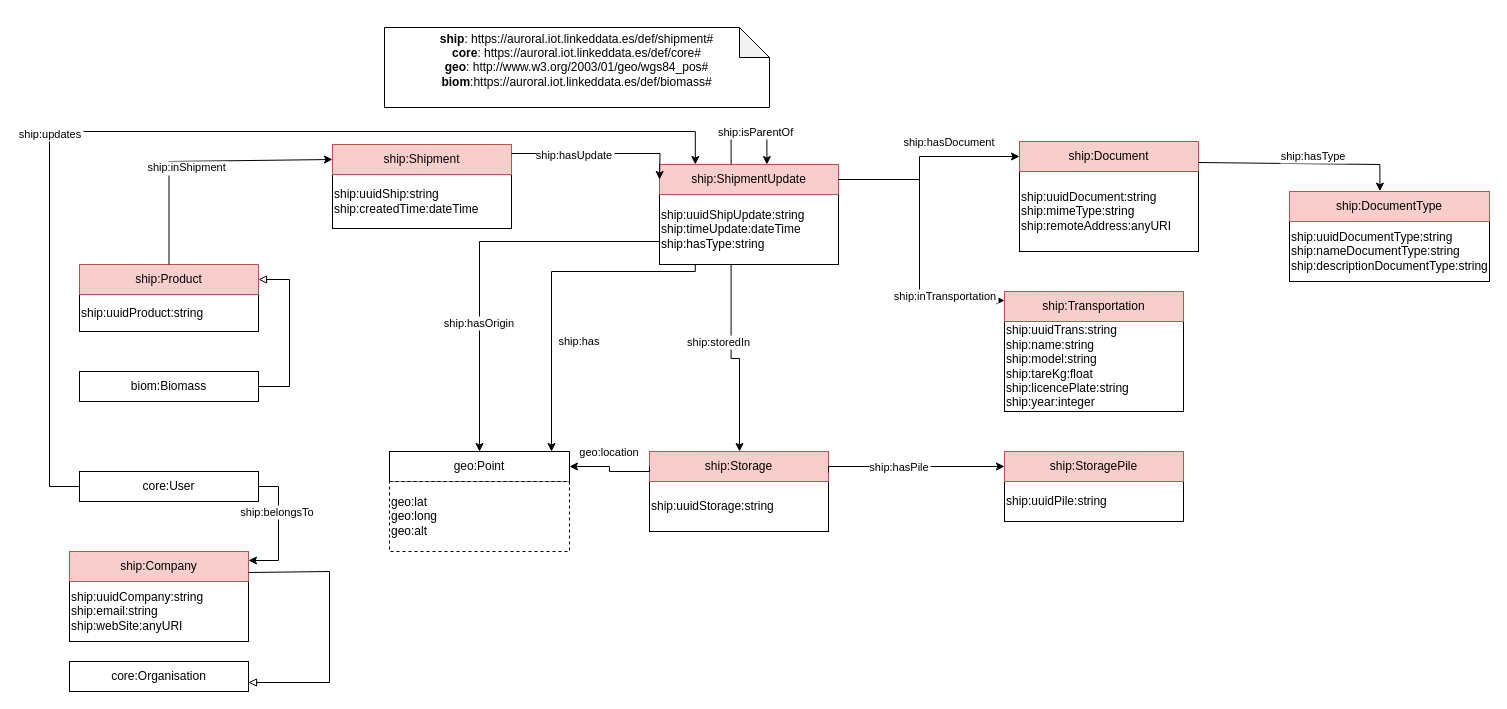
This is diagrams/shipment.drawio from oeg-upm/auroral-shipmentBiomass-ontology, a draw.io file, before an edit. Source tidied: cells renumbered, new cells numbered last; positions are measured from the earlier drawing's top-left corner, leaving out a move shared by most shapes. Both pictures are drawn from the tidied source at 100%, with x=0, y=0 at pixel (49, 27).
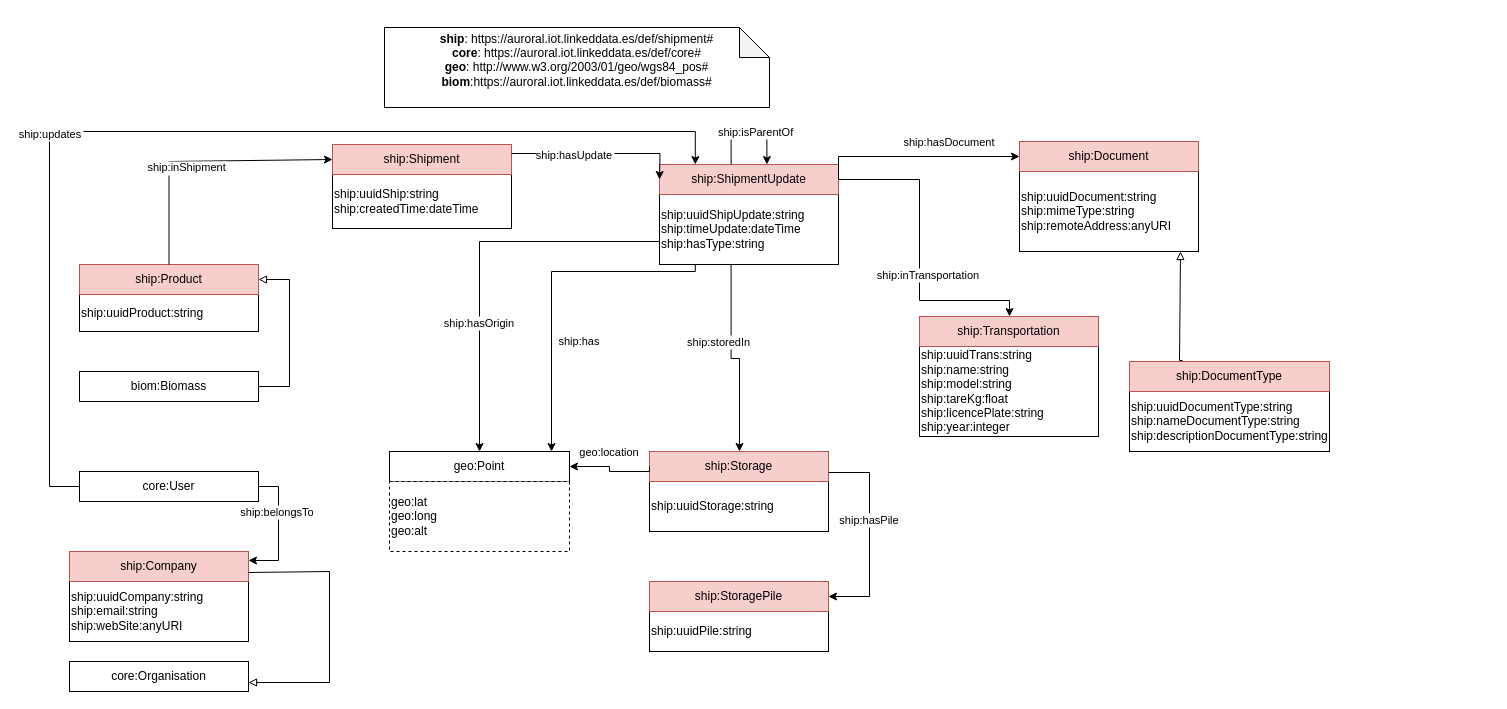
Above is the later version.

Unchanged cells that the change refers to:
```xml
<mxCell id="6" value="ship:ShipmentUpdate" style="rounded=0;whiteSpace=wrap;html=1;snapToPoint=1;points=[[0.1,0],[0.2,0],[0.3,0],[0.4,0],[0.5,0],[0.6,0],[0.7,0],[0.8,0],[0.9,0],[0,0.1],[0,0.3],[0,0.5],[0,0.7],[0,0.9],[0.1,1],[0.2,1],[0.3,1],[0.4,1],[0.5,1],[0.6,1],[0.7,1],[0.8,1],[0.9,1],[1,0.1],[1,0.3],[1,0.5],[1,0.7],[1,0.9]];fillColor=#f8cecc;strokeColor=#b85450;" parent="1" vertex="1">
  <mxGeometry x="610" y="137" width="179" height="30" as="geometry" />
</mxCell>
<mxCell id="12" value="ship:Storage" style="rounded=0;whiteSpace=wrap;html=1;snapToPoint=1;points=[[0.1,0],[0.2,0],[0.3,0],[0.4,0],[0.5,0],[0.6,0],[0.7,0],[0.8,0],[0.9,0],[0,0.1],[0,0.3],[0,0.5],[0,0.7],[0,0.9],[0.1,1],[0.2,1],[0.3,1],[0.4,1],[0.5,1],[0.6,1],[0.7,1],[0.8,1],[0.9,1],[1,0.1],[1,0.3],[1,0.5],[1,0.7],[1,0.9]];fillColor=#f8cecc;strokeColor=#b85450;" parent="1" vertex="1">
  <mxGeometry x="600" y="424" width="179" height="30" as="geometry" />
</mxCell>
<mxCell id="15" value="ship:uuidDocument:string&lt;br&gt;ship:mimeType:string&lt;br&gt;ship:remoteAddress:anyURI" style="rounded=0;whiteSpace=wrap;html=1;snapToPoint=1;points=[[0.1,0],[0.2,0],[0.3,0],[0.4,0],[0.5,0],[0.6,0],[0.7,0],[0.8,0],[0.9,0],[0,0.1],[0,0.3],[0,0.5],[0,0.7],[0,0.9],[0.1,1],[0.2,1],[0.3,1],[0.4,1],[0.5,1],[0.6,1],[0.7,1],[0.8,1],[0.9,1],[1,0.1],[1,0.3],[1,0.5],[1,0.7],[1,0.9]];align=left;" parent="1" vertex="1">
  <mxGeometry x="970" y="144" width="179" height="80" as="geometry" />
</mxCell>
<mxCell id="16" value="ship:Document" style="rounded=0;whiteSpace=wrap;html=1;snapToPoint=1;points=[[0.1,0],[0.2,0],[0.3,0],[0.4,0],[0.5,0],[0.6,0],[0.7,0],[0.8,0],[0.9,0],[0,0.1],[0,0.3],[0,0.5],[0,0.7],[0,0.9],[0.1,1],[0.2,1],[0.3,1],[0.4,1],[0.5,1],[0.6,1],[0.7,1],[0.8,1],[0.9,1],[1,0.1],[1,0.3],[1,0.5],[1,0.7],[1,0.9]];fillColor=#f8cecc;strokeColor=#b85450;" parent="1" vertex="1">
  <mxGeometry x="970" y="114" width="179" height="30" as="geometry" />
</mxCell>
```

Change to the diagram source:
```diff
@@
     <mxCell id="7" value="ship:uuidTrans:string&lt;br&gt;ship:name:string&lt;br&gt;ship:model:string&lt;br&gt;ship:tareKg:float&lt;br&gt;ship:licencePlate:string&lt;br&gt;ship:year:integer" style="rounded=0;whiteSpace=wrap;html=1;align=left;" parent="1" vertex="1">
-      <mxGeometry x="955" y="294" width="179" height="90" as="geometry" />
+      <mxGeometry x="870" y="319" width="179" height="90" as="geometry" />
     </mxCell>
     <mxCell id="8" value="ship:Transportation" style="rounded=0;whiteSpace=wrap;html=1;snapToPoint=1;points=[[0.1,0],[0.2,0],[0.3,0],[0.4,0],[0.5,0],[0.6,0],[0.7,0],[0.8,0],[0.9,0],[0,0.1],[0,0.3],[0,0.5],[0,0.7],[0,0.9],[0.1,1],[0.2,1],[0.3,1],[0.4,1],[0.5,1],[0.6,1],[0.7,1],[0.8,1],[0.9,1],[1,0.1],[1,0.3],[1,0.5],[1,0.7],[1,0.9]];fillColor=#f8cecc;strokeColor=#b85450;" parent="1" vertex="1">
-      <mxGeometry x="955" y="264" width="179" height="30" as="geometry" />
+      <mxGeometry x="870" y="289" width="179" height="30" as="geometry" />
     </mxCell>
@@
     <mxCell id="13" value="ship:uuidPile:string&lt;br&gt;" style="rounded=0;whiteSpace=wrap;html=1;align=left;" parent="1" vertex="1">
-      <mxGeometry x="955" y="454" width="179" height="40" as="geometry" />
+      <mxGeometry x="600" y="584" width="179" height="40" as="geometry" />
     </mxCell>
     <mxCell id="14" value="ship:StoragePile" style="rounded=0;whiteSpace=wrap;html=1;snapToPoint=1;points=[[0.1,0],[0.2,0],[0.3,0],[0.4,0],[0.5,0],[0.6,0],[0.7,0],[0.8,0],[0.9,0],[0,0.1],[0,0.3],[0,0.5],[0,0.7],[0,0.9],[0.1,1],[0.2,1],[0.3,1],[0.4,1],[0.5,1],[0.6,1],[0.7,1],[0.8,1],[0.9,1],[1,0.1],[1,0.3],[1,0.5],[1,0.7],[1,0.9]];fillColor=#f8cecc;strokeColor=#b85450;" parent="1" vertex="1">
-      <mxGeometry x="955" y="424" width="179" height="30" as="geometry" />
+      <mxGeometry x="600" y="554" width="179" height="30" as="geometry" />
     </mxCell>
@@
     <mxCell id="17" value="ship:uuidDocumentType:string&lt;br&gt;ship:nameDocumentType:string&lt;br&gt;ship:descriptionDocumentType:string" style="rounded=0;whiteSpace=wrap;html=1;align=left;" parent="1" vertex="1">
-      <mxGeometry x="1240" y="194" width="200" height="60" as="geometry" />
+      <mxGeometry x="1080" y="364" width="200" height="60" as="geometry" />
     </mxCell>
     <mxCell id="18" value="ship:DocumentType" style="rounded=0;whiteSpace=wrap;html=1;snapToPoint=1;points=[[0.1,0],[0.2,0],[0.3,0],[0.4,0],[0.5,0],[0.6,0],[0.7,0],[0.8,0],[0.9,0],[0,0.1],[0,0.3],[0,0.5],[0,0.7],[0,0.9],[0.1,1],[0.2,1],[0.3,1],[0.4,1],[0.5,1],[0.6,1],[0.7,1],[0.8,1],[0.9,1],[1,0.1],[1,0.3],[1,0.5],[1,0.7],[1,0.9]];fillColor=#f8cecc;strokeColor=#b85450;" parent="1" vertex="1">
-      <mxGeometry x="1240" y="164" width="200" height="30" as="geometry" />
+      <mxGeometry x="1080" y="334" width="200" height="30" as="geometry" />
     </mxCell>
@@
-    <mxCell id="25" value="ship:inTransportation" style="edgeStyle=orthogonalEdgeStyle;rounded=0;jettySize=auto;fontSize=11;endArrow=classic;endFill=1;entryX=0;entryY=0.3;entryDx=0;entryDy=0;exitX=1;exitY=0.5;exitDx=0;exitDy=0;" parent="1" edge="1" source="6" target="8">
+    <mxCell id="25" value="ship:inTransportation" style="edgeStyle=orthogonalEdgeStyle;rounded=0;jettySize=auto;fontSize=11;endArrow=classic;endFill=1;exitX=1;exitY=0.5;exitDx=0;exitDy=0;" parent="1" edge="1" source="6" target="8">
       <mxGeometry x="0.37" y="26" relative="1" as="geometry">
         <Array as="points">
           <mxPoint x="870" y="152" />
           <mxPoint x="870" y="273" />
+          <mxPoint x="960" y="273" />
         </Array>
       </mxGeometry>
     </mxCell>
     <mxCell id="26" value="ship:hasDocument" style="edgeStyle=orthogonalEdgeStyle;rounded=0;jettySize=auto;fontSize=11;endArrow=classic;endFill=1;exitX=1;exitY=0.5;exitDx=0;exitDy=0;" parent="1" edge="1" source="6" target="16">
       <mxGeometry x="0.31" y="15" relative="1" as="geometry">
         <Array as="points">
-          <mxPoint x="870" y="152" />
-          <mxPoint x="870" y="129" />
+          <mxPoint x="789" y="129" />
         </Array>
       </mxGeometry>
     </mxCell>
@@
     <mxCell id="31" value="ship:hasPile" style="edgeStyle=orthogonalEdgeStyle;rounded=0;jettySize=auto;fontSize=11;endArrow=classic;endFill=1;exitX=1;exitY=0.7;exitDx=0;exitDy=0;" parent="1" edge="1" source="12" target="14">
       <mxGeometry x="-0.15" relative="1" as="geometry">
         <Array as="points">
-          <mxPoint x="779" y="439" />
+          <mxPoint x="820" y="445" />
+          <mxPoint x="820" y="569" />
         </Array>
       </mxGeometry>
     </mxCell>
@@
-    <mxCell id="34" value="ship:hasType" style="edgeStyle=orthogonalEdgeStyle;rounded=0;jettySize=auto;fontSize=11;endArrow=classic;endFill=1;entryX=0.452;entryY=-0.011;entryDx=0;entryDy=0;entryPerimeter=0;" parent="1" edge="1" source="16" target="18">
-      <mxGeometry x="0.11" y="8" relative="1" as="geometry">
-        <Array as="points">
-          <mxPoint x="1330" y="137" />
-        </Array>
-      </mxGeometry>
-    </mxCell>
@@
+    <mxCell id="41" style="edgeStyle=orthogonalEdgeStyle;rounded=0;jettySize=auto;html=1;fontSize=11;endArrow=block;endFill=0;exitX=0.265;exitY=-0.033;exitDx=0;exitDy=0;exitPerimeter=0;" parent="1" edge="1" source="18" target="15">
+      <mxGeometry relative="1" as="geometry">
+        <Array as="points">
+          <mxPoint x="1130" y="333" />
+        </Array>
+      </mxGeometry>
+    </mxCell>
```
